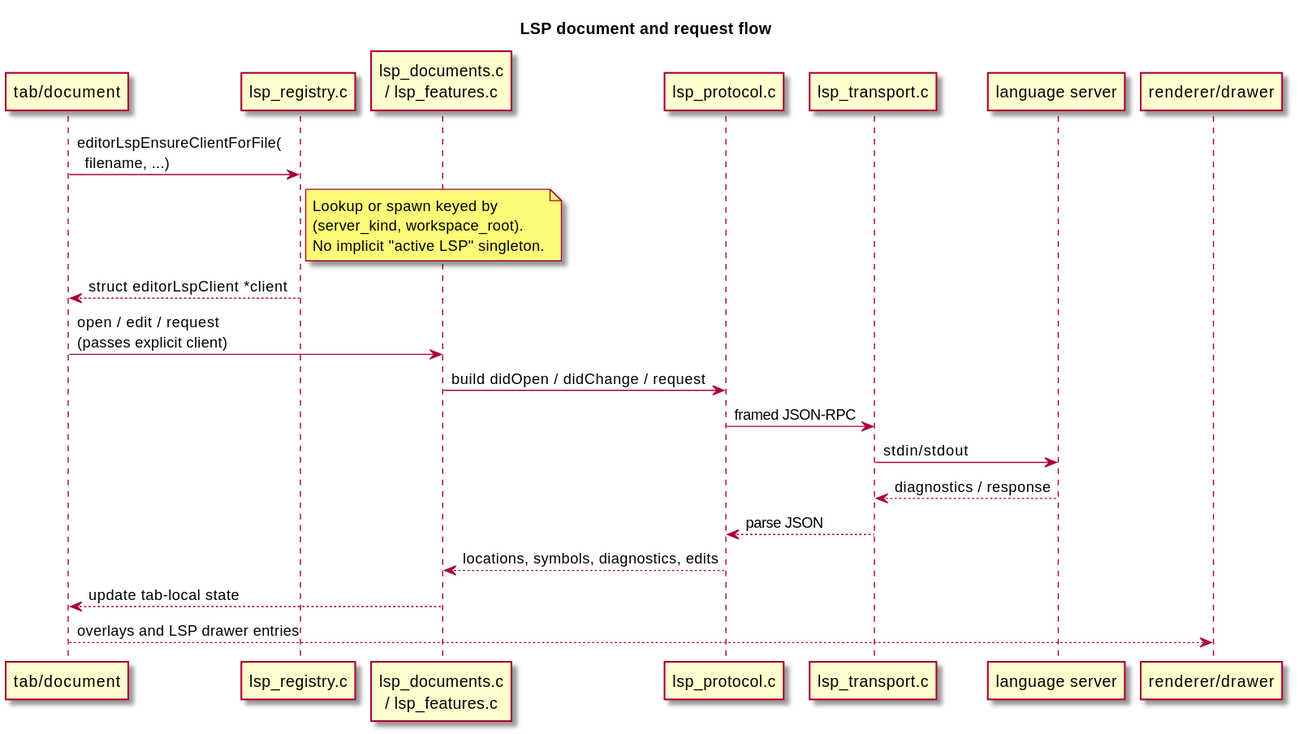
The PlantUML diagram docs/diagrams/svg/lsp-flow.svg in kokkoniemi/rotide, before a commit. Its source is kept beside it as docs/diagrams/src/lsp-flow.puml.
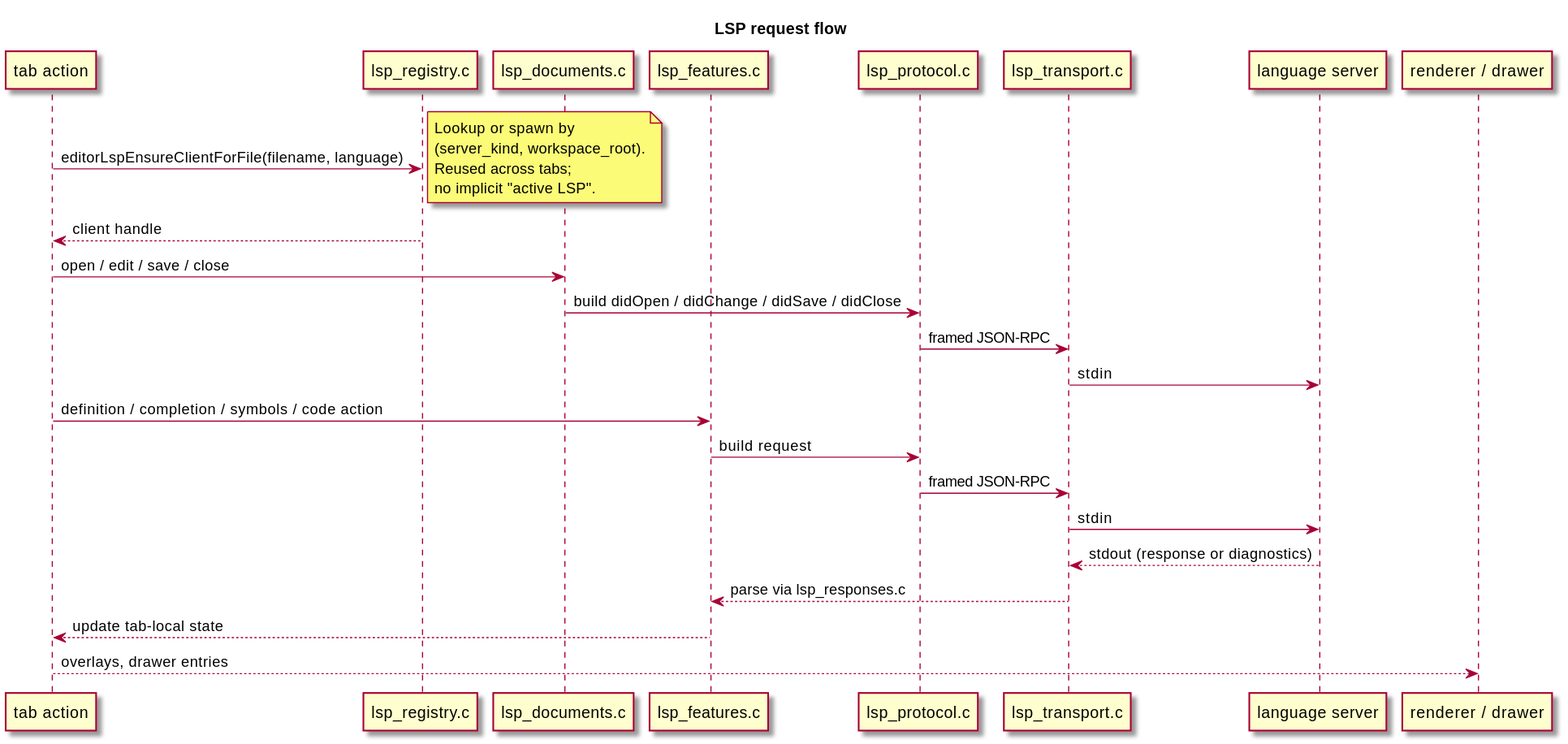
After the change.

What changed in the source:
```diff
@@ -1,32 +1,39 @@
 @startuml
 skin rose
 skinparam backgroundColor #FFFFFF
-title LSP document and request flow
+title LSP request flow
 
-participant "tab/document" as tab
+participant "tab action" as tab
 participant "lsp_registry.c" as registry
-participant "lsp_documents.c\n/ lsp_features.c" as lsp
+participant "lsp_documents.c" as docs
+participant "lsp_features.c" as features
 participant "lsp_protocol.c" as protocol
 participant "lsp_transport.c" as transport
 participant "language server" as server
-participant "renderer/drawer" as ui
+participant "renderer / drawer" as ui
 
-tab -> registry : editorLspEnsureClientForFile(\n  filename, ...)
-note right of registry
-  Lookup or spawn keyed by
+tab -> registry : editorLspEnsureClientForFile(filename, language)
+note right
+  Lookup or spawn by
   (server_kind, workspace_root).
-  No implicit "active LSP" singleton.
+  Reused across tabs;
+  no implicit "active LSP".
 end note
-registry --> tab : struct editorLspClient *client
+registry --> tab : client handle
 
-tab -> lsp : open / edit / request\n(passes explicit client)
-lsp -> protocol : build didOpen / didChange / request
+tab -> docs : open / edit / save / close
+docs -> protocol : build didOpen / didChange / didSave / didClose
 protocol -> transport : framed JSON-RPC
-transport -> server : stdin/stdout
-server --> transport : diagnostics / response
-transport --> protocol : parse JSON
-protocol --> lsp : locations, symbols, diagnostics, edits
-lsp --> tab : update tab-local state
-tab --> ui : overlays and LSP drawer entries
+transport -> server : stdin
+
+tab -> features : definition / completion / symbols / code action
+features -> protocol : build request
+protocol -> transport : framed JSON-RPC
+transport -> server : stdin
+
+server --> transport : stdout (response or diagnostics)
+transport --> features : parse via lsp_responses.c
+features --> tab : update tab-local state
+tab --> ui : overlays, drawer entries
 
 @enduml
```
